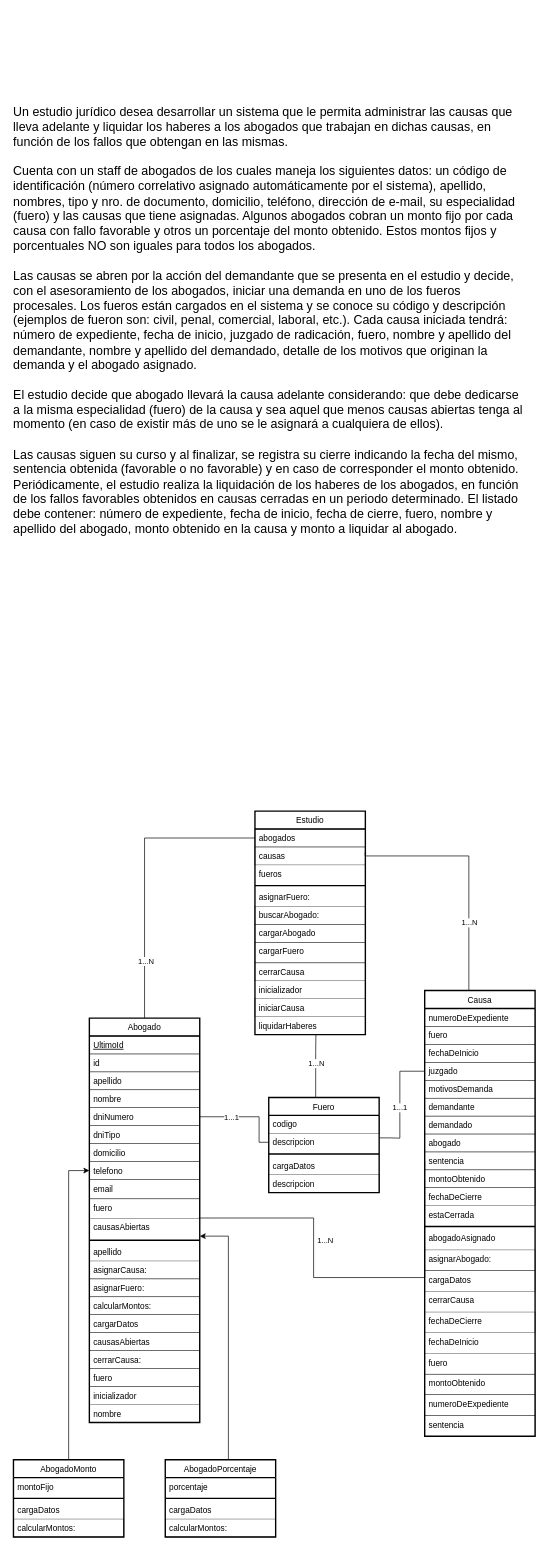
Before: Diagrama sin título.drawio in cuerojr/tp-1-ayed, a draw.io diagram. Source tidied: cells renumbered, new cells numbered last; positions are measured from the earlier drawing's top-left corner, leaving out a move shared by most shapes. Both pictures are drawn from the tidied source at 69%, with x=0, y=0 at pixel (12, 100).
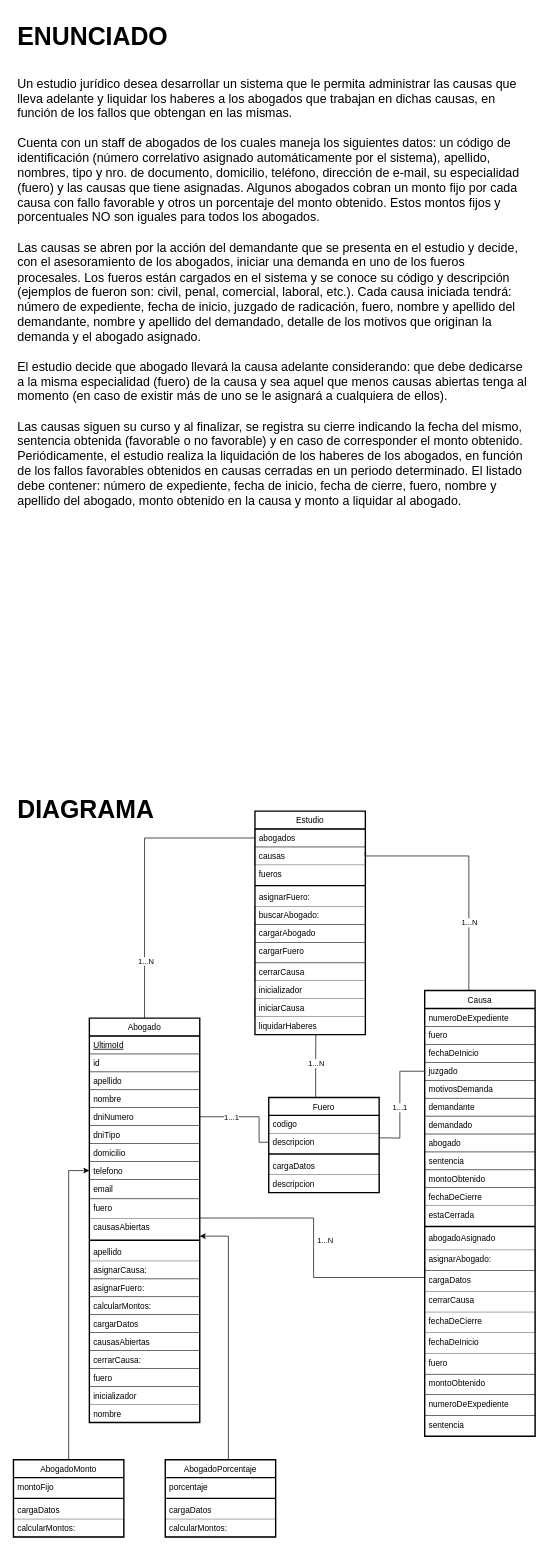
After the change.

Change to the diagram source:
```diff
@@
     <mxCell id="12" value="&lt;font style=&quot;font-size: 18px;&quot;&gt;Un estudio jurídico desea desarrollar un sistema que le permita administrar las causas que&lt;br&gt;lleva adelante y liquidar los haberes a los abogados que trabajan en dichas causas, en&lt;br&gt;función de los fallos que obtengan en las mismas.&lt;/font&gt;&lt;div&gt;&lt;font style=&quot;font-size: 18px;&quot;&gt;&lt;br&gt;Cuenta con un staff de abogados de los cuales maneja los siguientes datos: un código de&lt;br&gt;identificación (número correlativo asignado automáticamente por el sistema), apellido,&lt;br&gt;nombres, tipo y nro. de documento, domicilio, teléfono, dirección de e-mail, su especialidad&lt;br&gt;(fuero) y las causas que tiene asignadas. Algunos abogados cobran un monto fijo por cada&lt;br&gt;causa con fallo favorable y otros un porcentaje del monto obtenido. Estos montos fijos y&lt;br&gt;porcentuales NO son iguales para todos los abogados.&lt;br&gt;&lt;br&gt;&lt;/font&gt;&lt;/div&gt;&lt;div&gt;&lt;font style=&quot;font-size: 18px;&quot;&gt;Las causas se abren por la acción del demandante que se presenta en el estudio y decide,&lt;br&gt;con el asesoramiento de los abogados, iniciar una demanda en uno de los fueros&lt;br&gt;procesales. Los fueros están cargados en el sistema y se conoce su código y descripción&lt;br&gt;(ejemplos de fueron son: civil, penal, comercial, laboral, etc.). Cada causa iniciada tendrá:&lt;br&gt;número de expediente, fecha de inicio, juzgado de radicación, fuero, nombre y apellido del&lt;br&gt;demandante, nombre y apellido del demandado, detalle de los motivos que originan la&lt;br&gt;demanda y el abogado asignado.&lt;br&gt;&lt;br&gt;&lt;/font&gt;&lt;/div&gt;&lt;div&gt;&lt;font style=&quot;font-size: 18px;&quot;&gt;El estudio decide que abogado llevará la causa adelante considerando: que debe dedicarse&lt;br&gt;a la misma especialidad (fuero) de la causa y sea aquel que menos causas abiertas tenga al&lt;br&gt;momento (en caso de existir más de uno se le asignará a cualquiera de ellos).&lt;br&gt;&lt;br&gt;&lt;/font&gt;&lt;/div&gt;&lt;div&gt;&lt;font style=&quot;font-size: 18px;&quot;&gt;Las causas siguen su curso y al finalizar, se registra su cierre indicando la fecha del mismo,&lt;br&gt;sentencia obtenida (favorable o no favorable) y en caso de corresponder el monto obtenido.&lt;br&gt;Periódicamente, el estudio realiza la liquidación de los haberes de los abogados, en función&lt;br&gt;de los fallos favorables obtenidos en causas cerradas en un periodo determinado. El listado&lt;br&gt;debe contener: número de expediente, fecha de inicio, fecha de cierre, fuero, nombre y&lt;br&gt;apellido del abogado, monto obtenido en la causa y monto a liquidar al abogado.&lt;/font&gt;&lt;/div&gt;" style="text;whiteSpace=wrap;html=1;" parent="1" vertex="1">
-      <mxGeometry width="770" height="680" as="geometry" />
+      <mxGeometry x="6" y="-41" width="770" height="680" as="geometry" />
     </mxCell>
@@
+    <mxCell id="93" value="&lt;b&gt;&lt;font style=&quot;font-size: 36px;&quot;&gt;ENUNCIADO&lt;/font&gt;&lt;/b&gt;" style="text;strokeColor=none;align=left;fillColor=none;html=1;verticalAlign=middle;whiteSpace=wrap;rounded=0;" parent="1" vertex="1">
+      <mxGeometry x="6" y="-128" width="280" height="70" as="geometry" />
+    </mxCell>
+    <mxCell id="94" value="&lt;b&gt;&lt;font style=&quot;font-size: 36px;&quot;&gt;DIAGRAMA&lt;/font&gt;&lt;/b&gt;" style="text;strokeColor=none;align=left;fillColor=none;html=1;verticalAlign=middle;whiteSpace=wrap;rounded=0;" parent="1" vertex="1">
+      <mxGeometry x="6" y="992" width="280" height="70" as="geometry" />
+    </mxCell>
```
